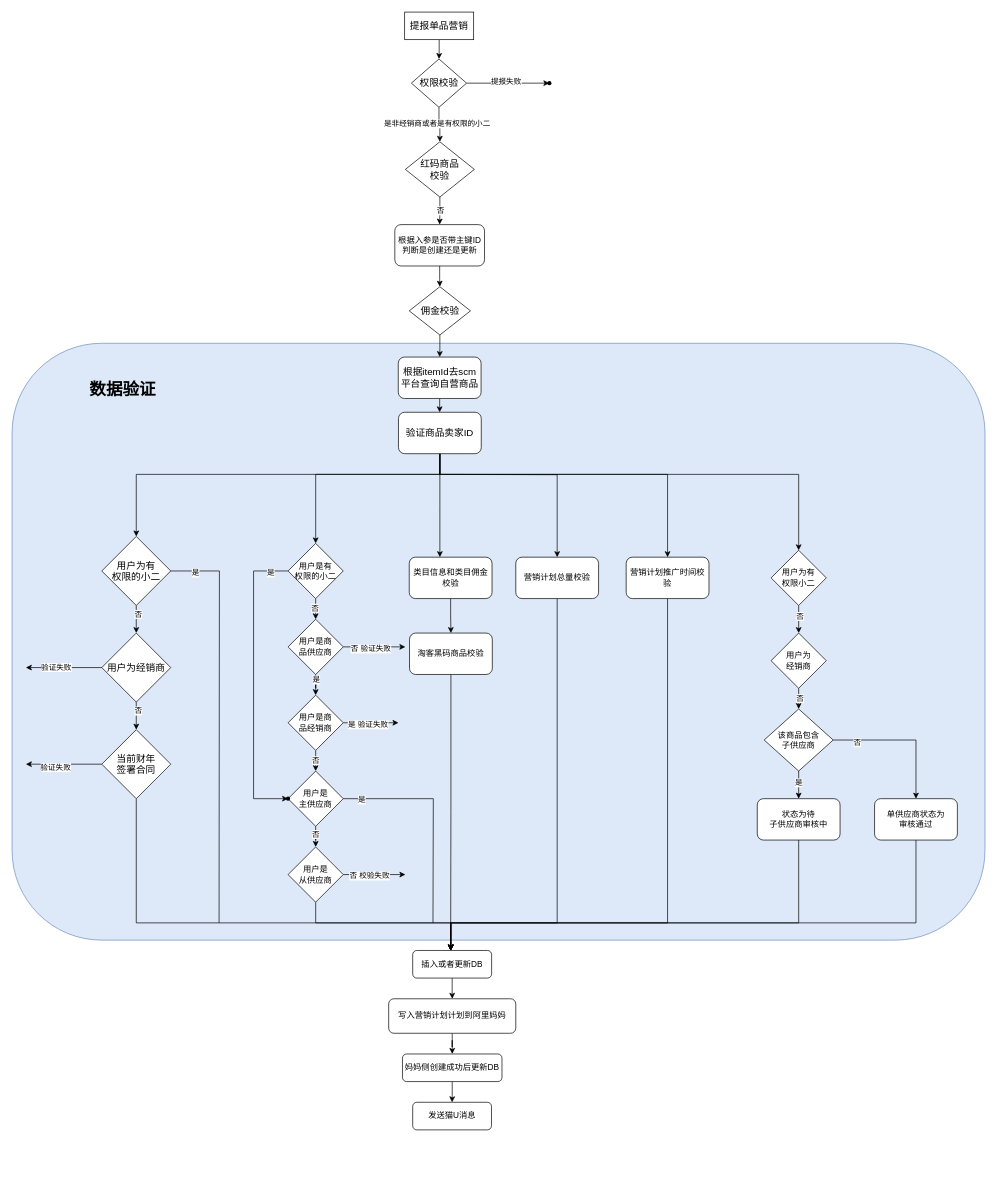
Earlier version of the draw.io diagram 单品高佣.drawio (RuishanFang/notes). Source tidied: cells renumbered, new cells numbered last; positions are measured from the earlier drawing's top-left corner, leaving out a move shared by most shapes. Both pictures are drawn from the tidied source at 69%, with x=0, y=0 at pixel (12, 12).
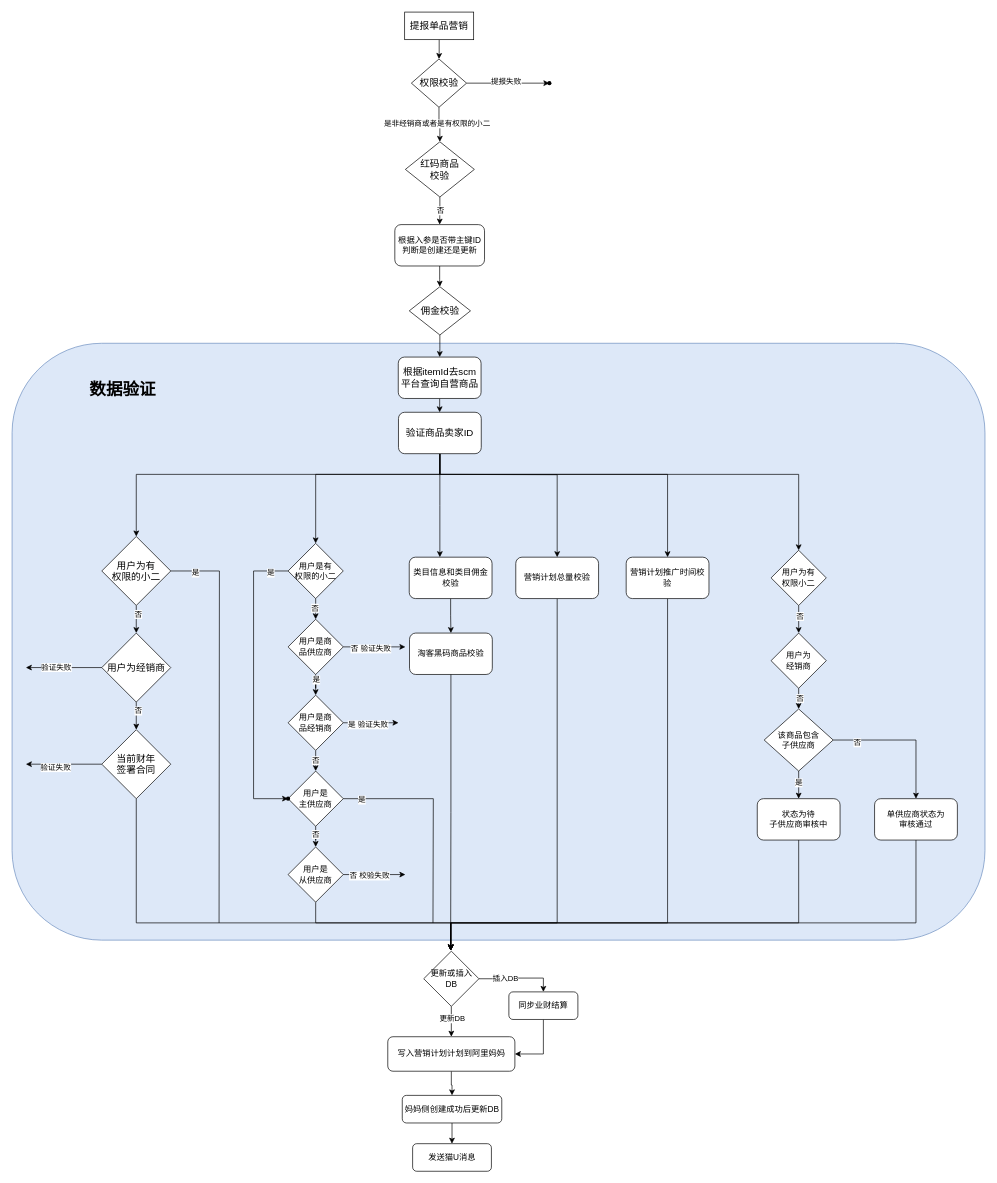
Above is the later version.

Commit message:
更新单品高佣.drawio

What changed in the source:
```diff
@@
-    <mxCell id="36" style="edgeStyle=orthogonalEdgeStyle;rounded=0;jettySize=auto;html=1;" parent="1" edge="1" source="37" target="95">
-      <mxGeometry relative="1" as="geometry" />
-    </mxCell>
-    <mxCell id="37" value="插入或者更新DB" style="rounded=1;whiteSpace=wrap;html=1;" parent="1" vertex="1">
-      <mxGeometry x="580.6" y="1360" width="114.4" height="40" as="geometry" />
-    </mxCell>
@@
     <mxCell id="95" value="写入营销计划计划到阿里妈妈" style="rounded=1;whiteSpace=wrap;html=1;" parent="1" vertex="1">
-      <mxGeometry x="545.8" y="1430" width="184.2" height="50" as="geometry" />
+      <mxGeometry x="544.5" y="1485" width="184.2" height="50" as="geometry" />
     </mxCell>
-    <mxCell id="96" style="edgeStyle=orthogonalEdgeStyle;rounded=0;jettySize=auto;html=1;" parent="1" edge="1" source="97" target="98">
-      <mxGeometry relative="1" as="geometry" />
+    <mxCell id="96" style="edgeStyle=orthogonalEdgeStyle;rounded=0;jettySize=auto;html=1;" parent="1" edge="1" source="97">
+      <mxGeometry relative="1" as="geometry">
+        <mxPoint x="637.5" y="1640" as="targetPoint" />
+      </mxGeometry>
     </mxCell>
     <mxCell id="97" value="妈妈侧创建成功后更新DB" style="rounded=1;whiteSpace=wrap;html=1;" parent="1" vertex="1">
-      <mxGeometry x="565.8" y="1510" width="144.2" height="40" as="geometry" />
+      <mxGeometry x="565.5" y="1570" width="144.2" height="40" as="geometry" />
     </mxCell>
     <mxCell id="98" value="发送猫U消息" style="rounded=1;whiteSpace=wrap;html=1;" parent="1" vertex="1">
-      <mxGeometry x="580.6" y="1580" width="114.2" height="40" as="geometry" />
+      <mxGeometry x="580.5" y="1640" width="114.2" height="40" as="geometry" />
     </mxCell>
@@
+    <mxCell id="100" style="edgeStyle=orthogonalEdgeStyle;rounded=0;jettySize=auto;html=1;" parent="1" edge="1" source="104" target="95">
+      <mxGeometry relative="1" as="geometry" />
+    </mxCell>
+    <mxCell id="101" value="更新DB" style="edgeLabel;html=1;align=center;verticalAlign=middle;" parent="100" vertex="1">
+      <mxGeometry x="-0.24" y="1" relative="1" as="geometry" />
+    </mxCell>
+    <mxCell id="102" style="edgeStyle=orthogonalEdgeStyle;rounded=0;jettySize=auto;html=1;entryX=0.5;entryY=0;entryDx=0;entryDy=0;" parent="1" edge="1" source="104" target="106">
+      <mxGeometry relative="1" as="geometry" />
+    </mxCell>
+    <mxCell id="103" value="插入DB" style="edgeLabel;html=1;align=center;verticalAlign=middle;" parent="102" vertex="1">
+      <mxGeometry x="-0.47" relative="1" as="geometry">
+        <mxPoint x="9" as="offset" />
+      </mxGeometry>
+    </mxCell>
+    <mxCell id="104" value="更新或插入&lt;br&gt;DB" style="rhombus;whiteSpace=wrap;html=1;" parent="1" vertex="1">
+      <mxGeometry x="596.6" y="1361" width="80" height="80" as="geometry" />
+    </mxCell>
+    <mxCell id="105" style="edgeStyle=orthogonalEdgeStyle;rounded=0;jettySize=auto;html=1;entryX=1;entryY=0.5;entryDx=0;entryDy=0;" parent="1" edge="1" source="106" target="95">
+      <mxGeometry relative="1" as="geometry" />
+    </mxCell>
+    <mxCell id="106" value="同步业财结算" style="rounded=1;whiteSpace=wrap;html=1;" parent="1" vertex="1">
+      <mxGeometry x="720" y="1420" width="100" height="40" as="geometry" />
+    </mxCell>
```
